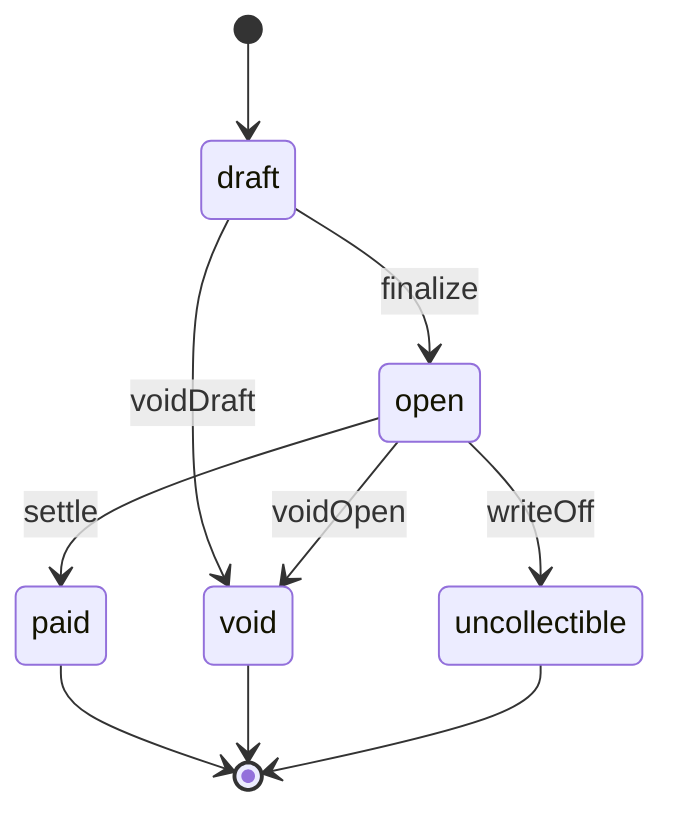
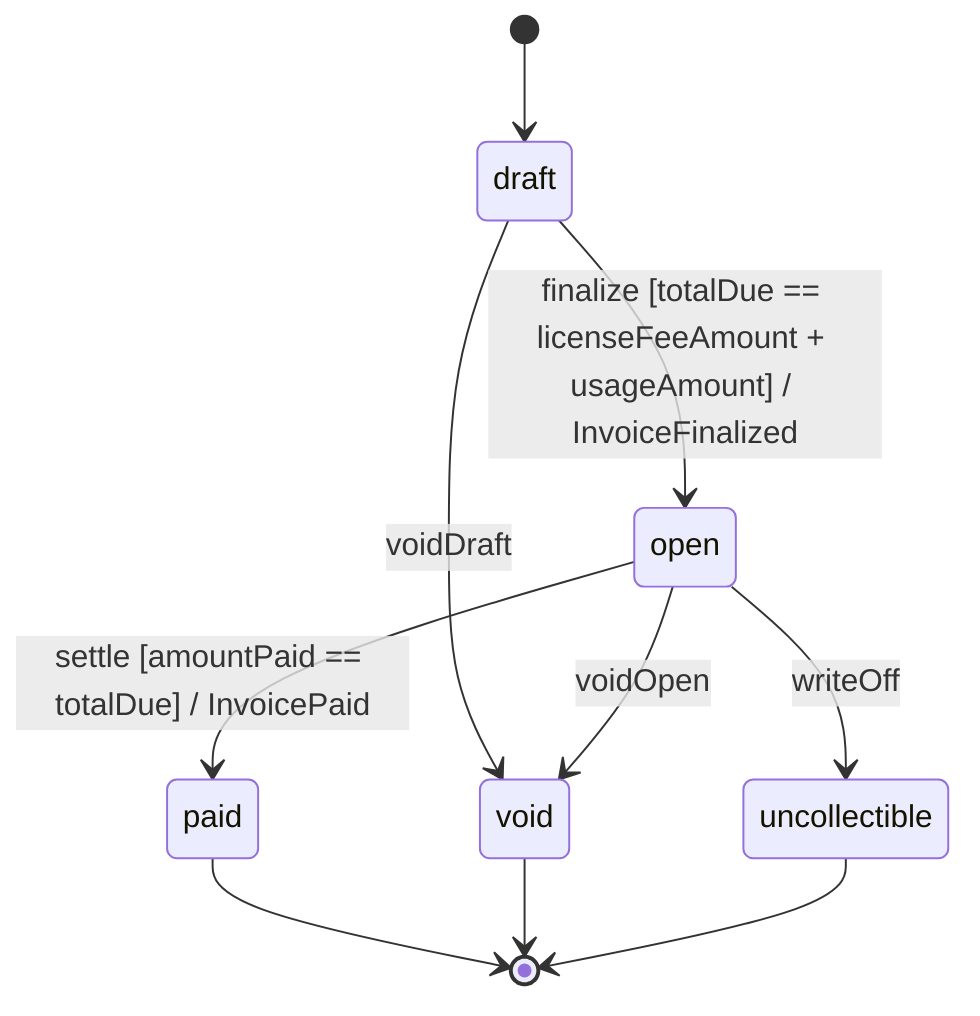
%% generated by lattice; do not edit
stateDiagram-v2
  [*] --> draft
-   draft --> open: finalize
-   open --> paid: settle
+   draft --> open: finalize [totalDue == licenseFeeAmount + usageAmount] / InvoiceFinalized
+   open --> paid: settle [amountPaid == totalDue] / InvoicePaid
  draft --> void: voidDraft
  open --> void: voidOpen
  open --> uncollectible: writeOff
  paid --> [*]
  void --> [*]
  uncollectible --> [*]
